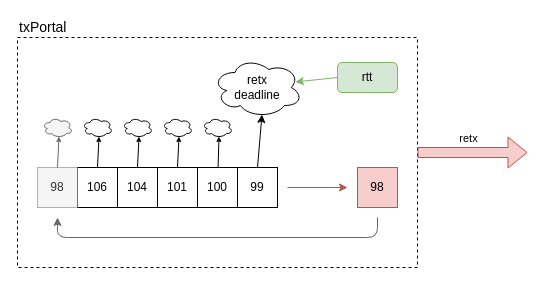
Above: docs/images/retx_monitor.drawio in openziti/dilithium (draw.io), before the change. Source tidied: cells renumbered, new cells numbered last; positions are measured from the earlier drawing's top-left corner, leaving out a move shared by most shapes. Both pictures are drawn from the tidied source at 100%, with x=0, y=0 at pixel (17, 17).
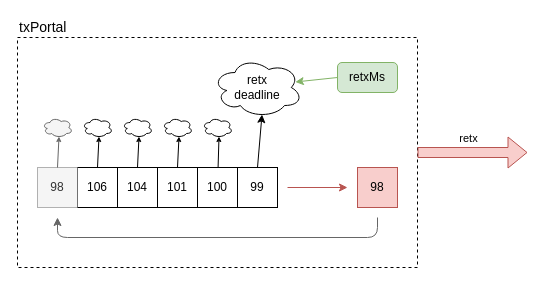
Above is the later version.

Commit message (it also covers changes not shown here):
rtt -> retxMs (for this diagram) (#82)

Change to the diagram source:
```diff
@@
-    <mxCell id="27" value="rtt" style="rounded=1;whiteSpace=wrap;html=1;fillColor=#d5e8d4;align=center;strokeColor=#82b366;" parent="1" vertex="1">
+    <mxCell id="27" value="retxMs" style="rounded=1;whiteSpace=wrap;html=1;fillColor=#d5e8d4;align=center;strokeColor=#82b366;" parent="1" vertex="1">
       <mxGeometry x="320" y="45" width="60" height="30" as="geometry" />
     </mxCell>
```
